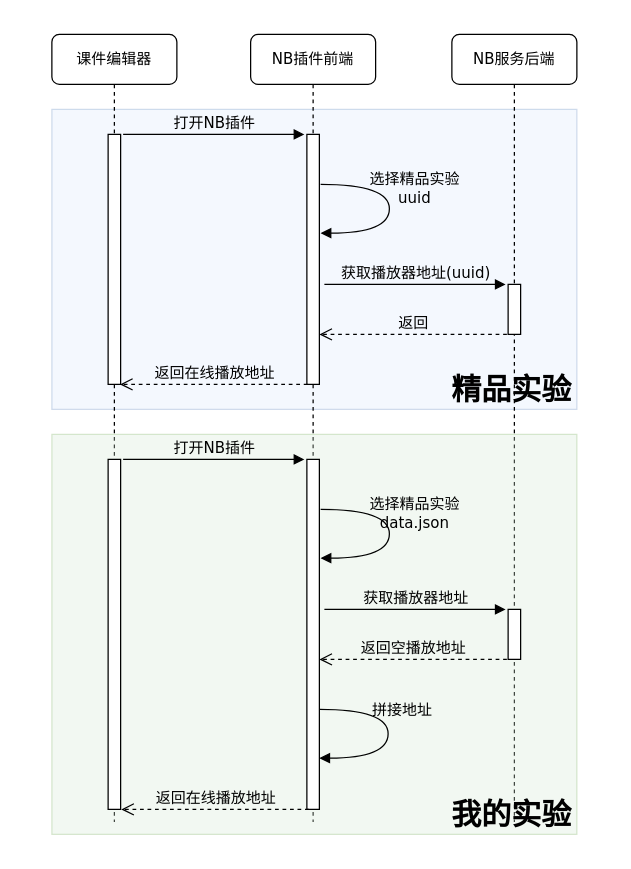
This is NoBook实验添加到课件的流程.drawio from huanjiesm/courseware-draw, a draw.io file, before an edit. Source tidied: cells renumbered, new cells numbered last; positions are measured from the earlier drawing's top-left corner, leaving out a move shared by most shapes. Both pictures are drawn from the tidied source at 125%, with x=0, y=0 at pixel (51, 34).
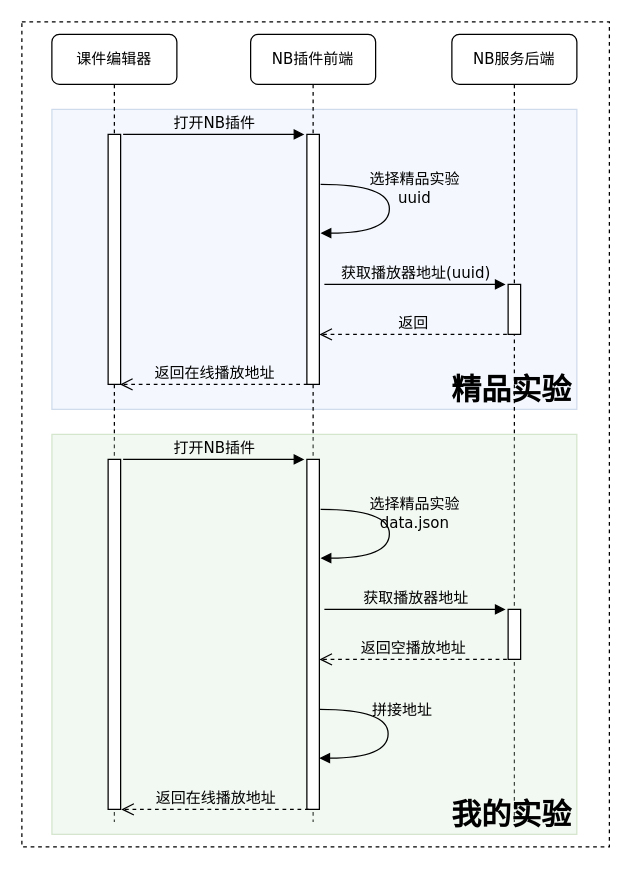
After the change.

Commit message (it also covers changes not shown here):
更新NoBook实验添加到课件的流程.drawio

What changed in the source:
```diff
@@
+    <mxCell id="26" style="rounded=0;whiteSpace=wrap;html=1;dashed=1;fillColor=none;" parent="1" vertex="1">
+      <mxGeometry x="-24" y="-10" width="470" height="660" as="geometry" />
+    </mxCell>
```
